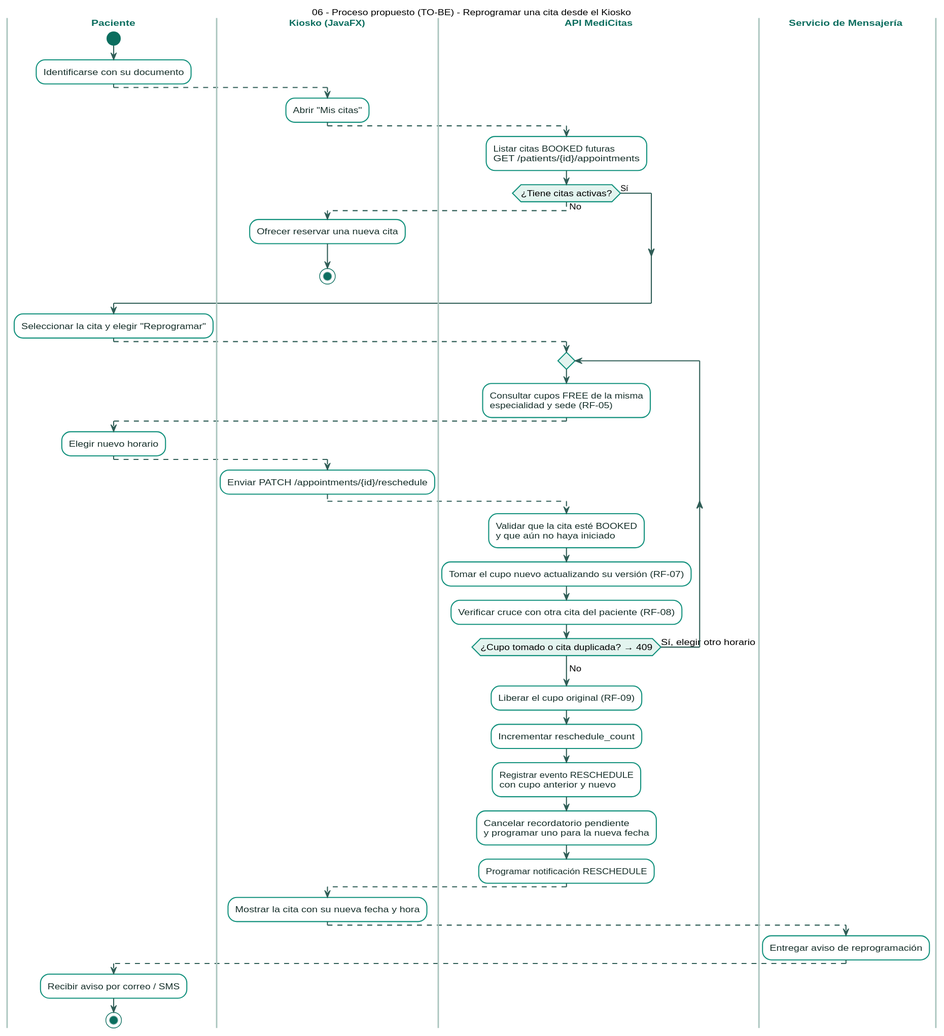
This is docs/diagrams/processes/proposed/img/03-process-reschedule.svg from Jimena-CC/ProyectoCitasMedicas, a PlantUML export, as it was before one commit.
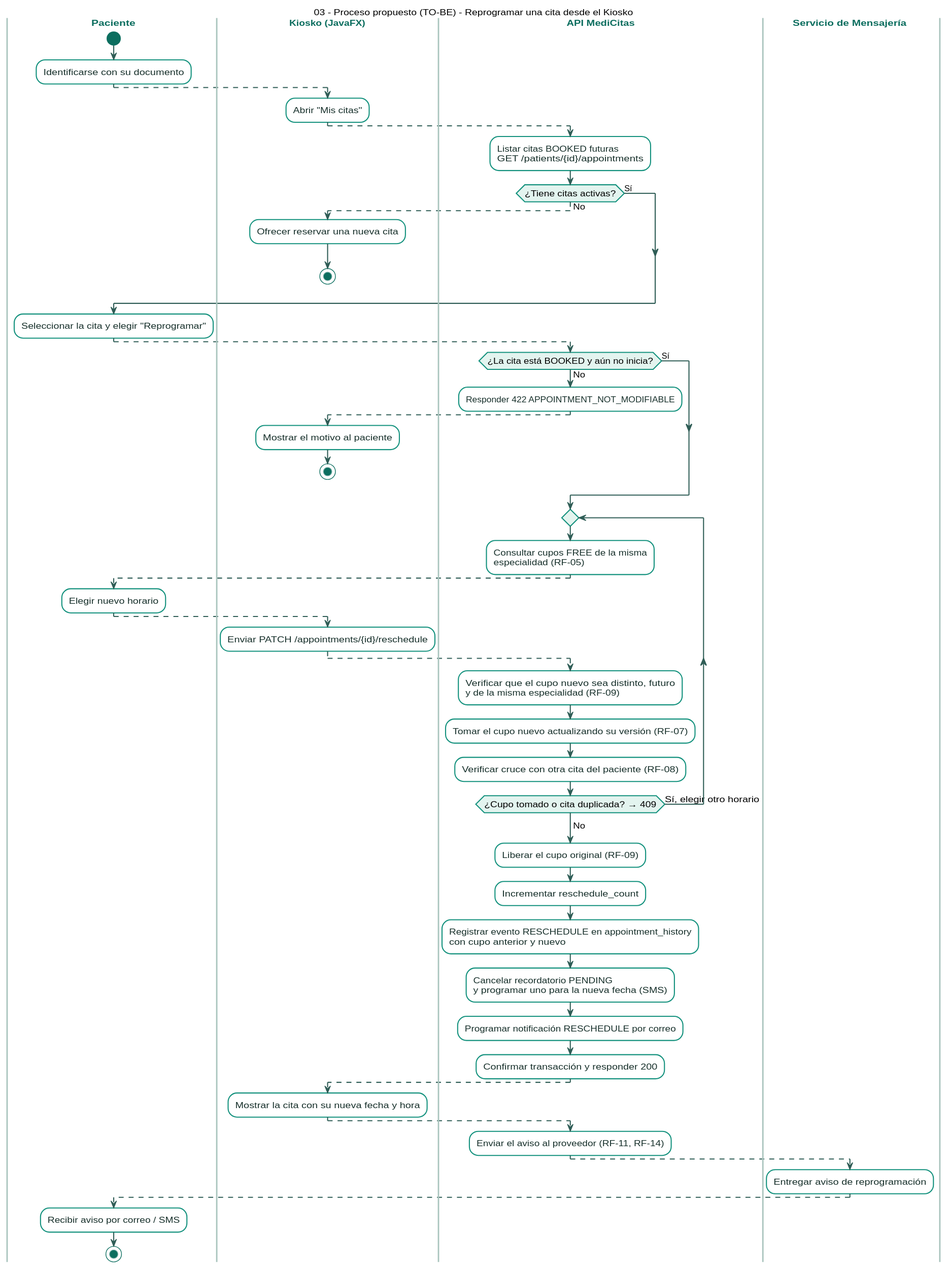
After the change.

What changed in the source:
```diff
@@ -1,5 +1,5 @@
 @startuml
-title 06 - Proceso propuesto (TO-BE) - Reprogramar una cita desde el Kiosko
+title 03 - Proceso propuesto (TO-BE) - Reprogramar una cita desde el Kiosko
 
 skinparam shadowing false
 skinparam roundCorner 10
@@ -54,9 +54,19 @@
 :Seleccionar la cita y elegir "Reprogramar";
 -[#2F5D56,dashed]->
 
+|API MediCitas|
+if (¿La cita está BOOKED y aún no inicia?) then (No)
+  :Responder 422 APPOINTMENT_NOT_MODIFIABLE;
+  -[#2F5D56,dashed]->
+  |Kiosko (JavaFX)|
+  :Mostrar el motivo al paciente;
+  stop
+else (Sí)
+endif
+
 repeat
   |API MediCitas|
-  :Consultar cupos FREE de la misma\nespecialidad y sede (RF-05);
+  :Consultar cupos FREE de la misma\nespecialidad (RF-05);
   -[#2F5D56,dashed]->
   |Paciente|
   :Elegir nuevo horario;
@@ -65,7 +75,7 @@
   :Enviar PATCH /appointments/{id}/reschedule;
   -[#2F5D56,dashed]->
   |API MediCitas|
-  :Validar que la cita esté BOOKED\ny que aún no haya iniciado;
+  :Verificar que el cupo nuevo sea distinto, futuro\ny de la misma especialidad (RF-09);
   :Tomar el cupo nuevo actualizando su versión (RF-07);
   :Verificar cruce con otra cita del paciente (RF-08);
 repeat while (¿Cupo tomado o cita duplicada? → 409) is (Sí, elegir otro horario)
@@ -73,13 +83,18 @@
 
 :Liberar el cupo original (RF-09);
 :Incrementar reschedule_count;
-:Registrar evento RESCHEDULE\ncon cupo anterior y nuevo;
-:Cancelar recordatorio pendiente\ny programar uno para la nueva fecha;
-:Programar notificación RESCHEDULE;
+:Registrar evento RESCHEDULE en appointment_history\ncon cupo anterior y nuevo;
+:Cancelar recordatorio PENDING\ny programar uno para la nueva fecha (SMS);
+:Programar notificación RESCHEDULE por correo;
+:Confirmar transacción y responder 200;
 -[#2F5D56,dashed]->
 
 |Kiosko (JavaFX)|
 :Mostrar la cita con su nueva fecha y hora;
+-[#2F5D56,dashed]->
+
+|API MediCitas|
+:Enviar el aviso al proveedor (RF-11, RF-14);
 -[#2F5D56,dashed]->
 
 |Servicio de Mensajería|
```
